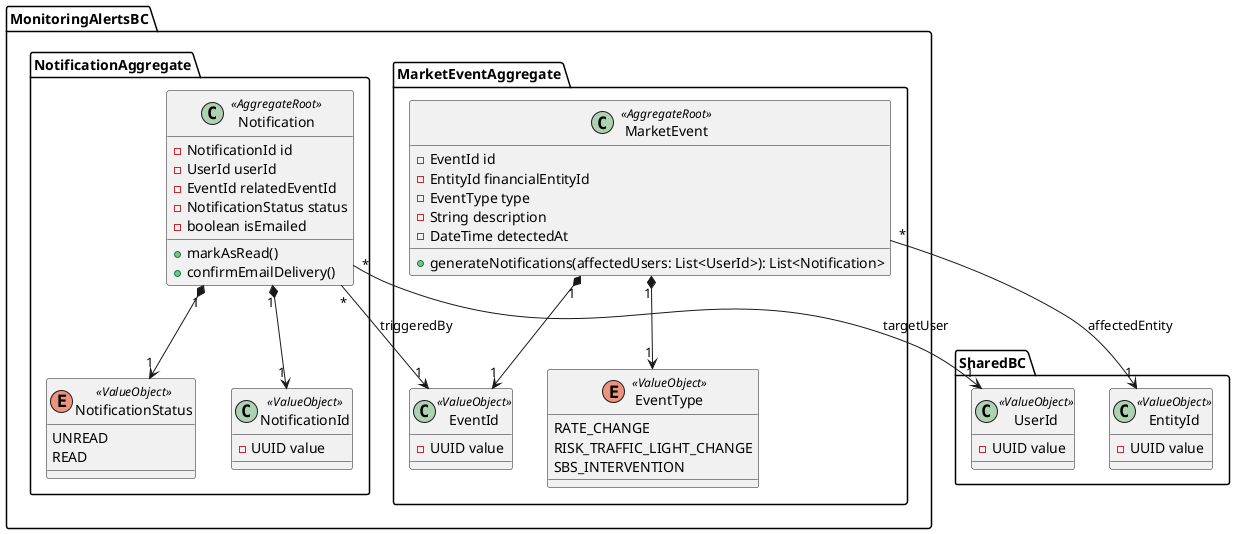
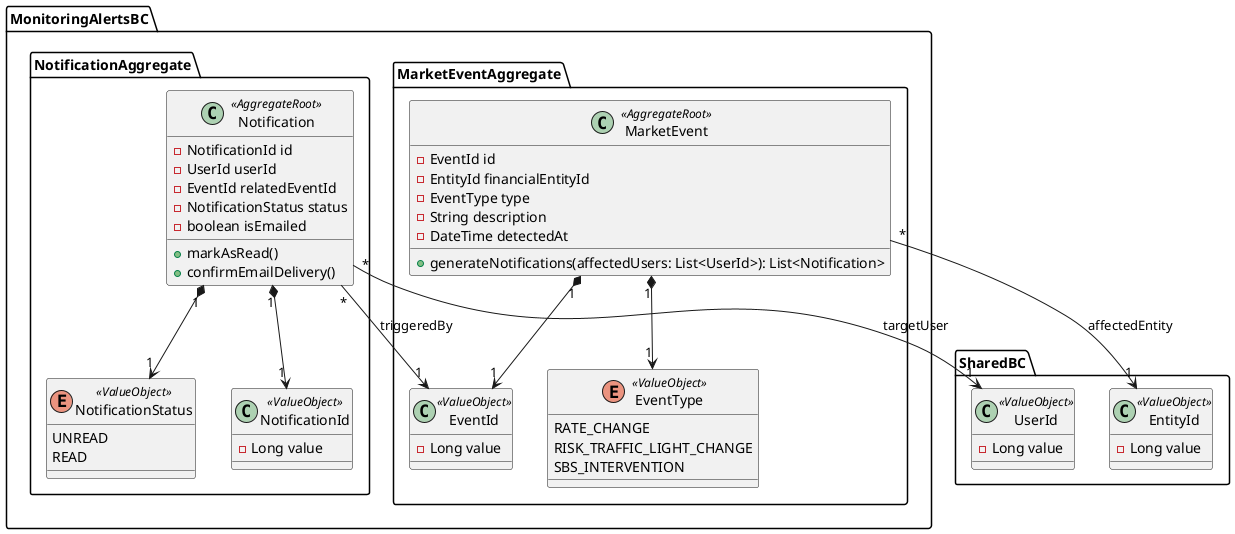
@startuml "Class Diagram - Monitoring and Alerts Bounded Context"

package MonitoringAlertsBC {

    package MarketEventAggregate {
        class MarketEvent <<AggregateRoot>> {
            - EventId id
            - EntityId financialEntityId
            - EventType type
            - String description
            - DateTime detectedAt
            + generateNotifications(affectedUsers: List<UserId>): List<Notification>
        }

        class EventId <<ValueObject>> {
-             - UUID value
+             - Long value
        }

        enum EventType <<ValueObject>> {
            RATE_CHANGE
            RISK_TRAFFIC_LIGHT_CHANGE
            SBS_INTERVENTION
        }
    }

    package NotificationAggregate {
        class Notification <<AggregateRoot>> {
            - NotificationId id
            - UserId userId
            - EventId relatedEventId
            - NotificationStatus status
            - boolean isEmailed
            + markAsRead()
            + confirmEmailDelivery()
        }

        class NotificationId <<ValueObject>> {
-             - UUID value
+             - Long value
        }

        enum NotificationStatus <<ValueObject>> {
            UNREAD
            READ
        }
    }
}

package SharedBC {
    class UserId <<ValueObject>> {
-         - UUID value
+         - Long value
    }
    class EntityId <<ValueObject>> {
-         - UUID value
+         - Long value
    }
}

' Relaciones estructurales de MarketEvent
MarketEvent "1" *--> "1" EventId
MarketEvent "1" *--> "1" EventType

' Relaciones estructurales de Notification
Notification "1" *--> "1" NotificationId
Notification "1" *--> "1" NotificationStatus

' Relaciones con el Shared Kernel y entre Agregados (Por ID)
MarketEvent "*" --> "1" EntityId : "affectedEntity"
Notification "*" --> "1" UserId : "targetUser"
Notification "*" --> "1" EventId : "triggeredBy"

@enduml